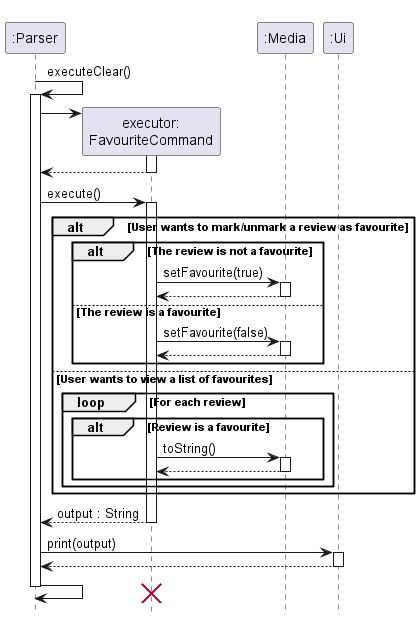
The PlantUML diagram docs/imgs/favouriteSequence.png in nus-cs2113-AY2223S1/tp, before a commit. Its source is kept beside it as docs/UML Diagrams/favouriteSequence.puml.
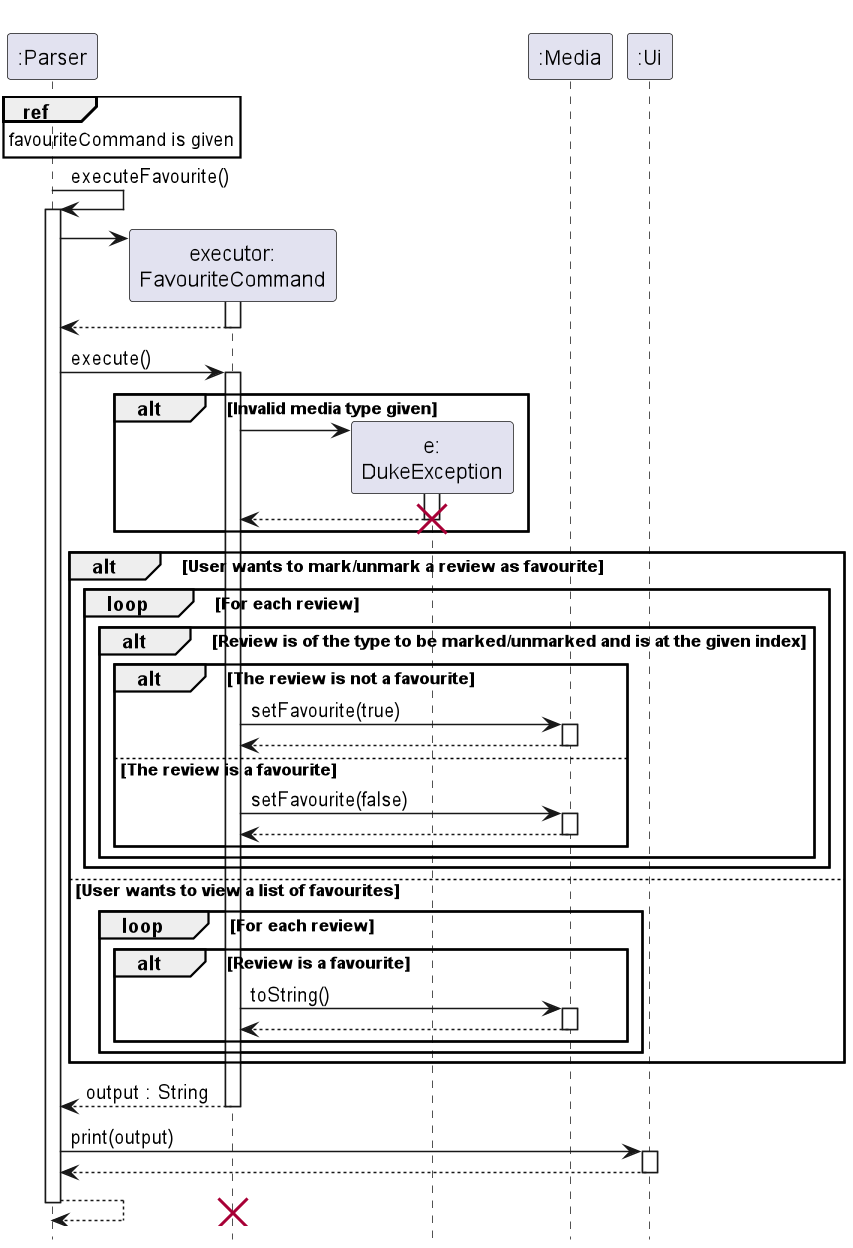
The same diagram one commit later.

Commit message:
added to sequence diagrams

Change to the diagram source:
```diff
@@ -5,7 +5,11 @@
 
 participant ":Parser"
 
-":Parser" -> ":Parser" : executeClear()
+ref over ":Parser"
+favouriteCommand is given
+end ref
+
+":Parser" -> ":Parser" : executeFavourite()
 activate ":Parser"
 
 create "executor:\nFavouriteCommand"
@@ -18,9 +22,23 @@
 ":Parser" -> "executor:\nFavouriteCommand" : execute()
 activate "executor:\nFavouriteCommand"
 
+alt Invalid media type given
+
+    create "e:\nDukeException"
+        "executor:\nFavouriteCommand" -> "e:\nDukeException"
+        activate "e:\nDukeException"
+        "e:\nDukeException" --> "executor:\nFavouriteCommand"
+        destroy "e:\nDukeException"
+
+end
+
 alt User wants to mark/unmark a review as favourite
 
     participant ":Media"
+
+    loop For each review
+
+    alt Review is of the type to be marked/unmarked and is at the given index
 
     alt The review is not a favourite
 
@@ -35,6 +53,10 @@
         activate ":Media"
         ":Media" --> "executor:\nFavouriteCommand"
         deactivate ":Media"
+
+    end
+
+    end
 
     end
 
@@ -61,7 +83,7 @@
 ":Ui" --> ":Parser"
 deactivate ":Ui"
 
-":Parser" -> ":Parser"
+":Parser" --> ":Parser"
 destroy "executor:\nFavouriteCommand"
 deactivate ":Parser"
 
```
